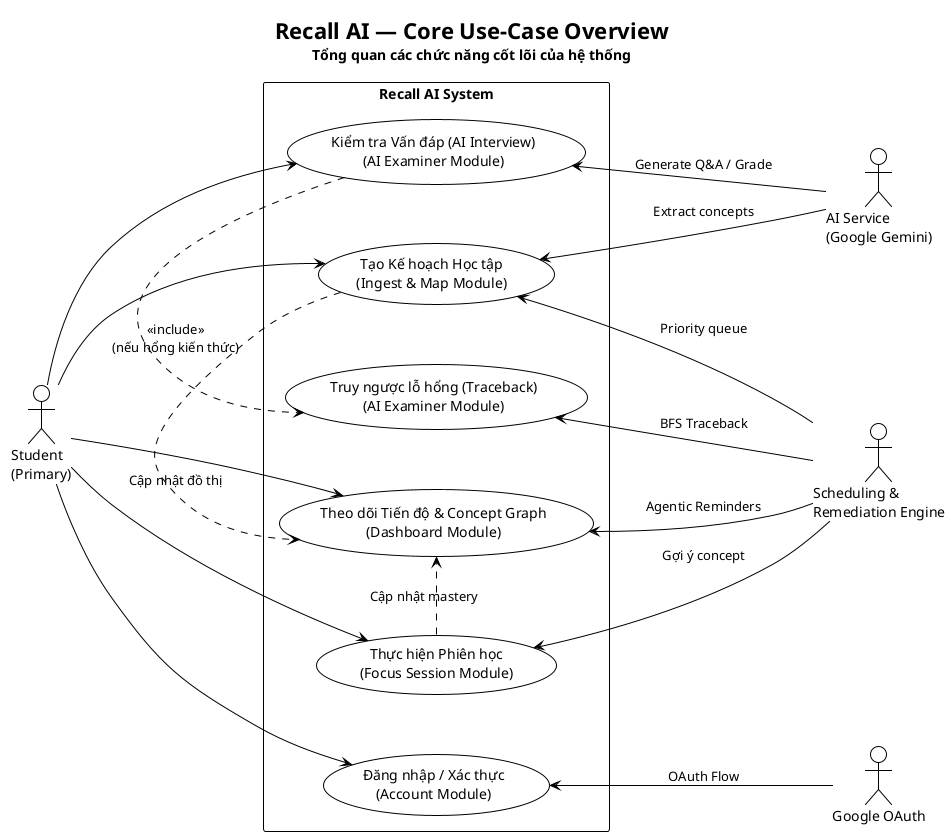
This is pa/pa2/Use-case model/UC-00_Overview.png from Lade1q/planning-ai, a PlantUML export, as it was before one commit.
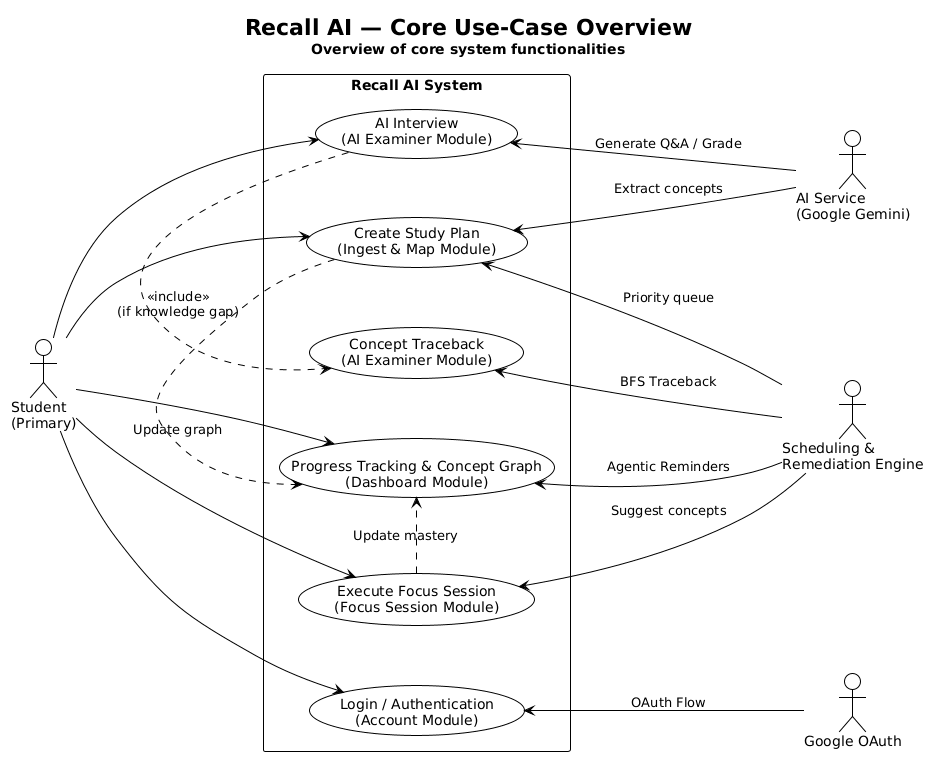
Later version of the same file.

Change to the diagram source:
```diff
@@ -1,4 +1,4 @@
-@startuml UC-00_Overview
+@startuml
 !theme plain
 skinparam shadowing false
 skinparam nodesep 60
@@ -38,7 +38,7 @@
 }
 </style>
 
-title <size:22><b>Recall AI — Core Use-Case Overview</b></size>\n<size:14>Tổng quan các chức năng cốt lõi của hệ thống</size>
+title <size:22><b>Recall AI — Core Use-Case Overview</b></size>\n<size:14>Overview of core system functionalities</size>
 
 left to right direction
 
@@ -49,17 +49,17 @@
 
 rectangle "Recall AI System" {
 
-  usecase "Đăng nhập / Xác thực\n(Account Module)" as uc_auth
+  usecase "Login / Authentication\n(Account Module)" as uc_auth
 
-  usecase "Tạo Kế hoạch Học tập\n(Ingest & Map Module)" as uc_plan
+  usecase "Create Study Plan\n(Ingest & Map Module)" as uc_plan
 
-  usecase "Thực hiện Phiên học\n(Focus Session Module)" as uc_focus
+  usecase "Execute Focus Session\n(Focus Session Module)" as uc_focus
 
-  usecase "Kiểm tra Vấn đáp (AI Interview)\n(AI Examiner Module)" as uc_interview
+  usecase "AI Interview\n(AI Examiner Module)" as uc_interview
 
-  usecase "Truy ngược lỗ hổng (Traceback)\n(AI Examiner Module)" as uc_traceback
+  usecase "Concept Traceback\n(AI Examiner Module)" as uc_traceback
 
-  usecase "Theo dõi Tiến độ & Concept Graph\n(Dashboard Module)" as uc_dash
+  usecase "Progress Tracking & Concept Graph\n(Dashboard Module)" as uc_dash
 
 }
 
@@ -69,9 +69,9 @@
 STU --> uc_interview
 STU --> uc_dash
 
-uc_interview .> uc_traceback : <<include>>\n(nếu hổng kiến thức)
-uc_plan .> uc_dash : Cập nhật đồ thị
-uc_focus .> uc_dash : Cập nhật mastery
+uc_interview .> uc_traceback : <<include>>\n(if knowledge gap)
+uc_plan .> uc_dash : Update graph
+uc_focus .> uc_dash : Update mastery
 
 uc_auth <-- GOAUTH : OAuth Flow
 
@@ -79,8 +79,7 @@
 uc_interview <-- AI : Generate Q&A / Grade
 
 uc_plan <-- SRE : Priority queue
-uc_focus <-- SRE : Gợi ý concept
+uc_focus <-- SRE : Suggest concepts
 uc_traceback <-- SRE : BFS Traceback
 uc_dash <-- SRE : Agentic Reminders
-
 @enduml
```
